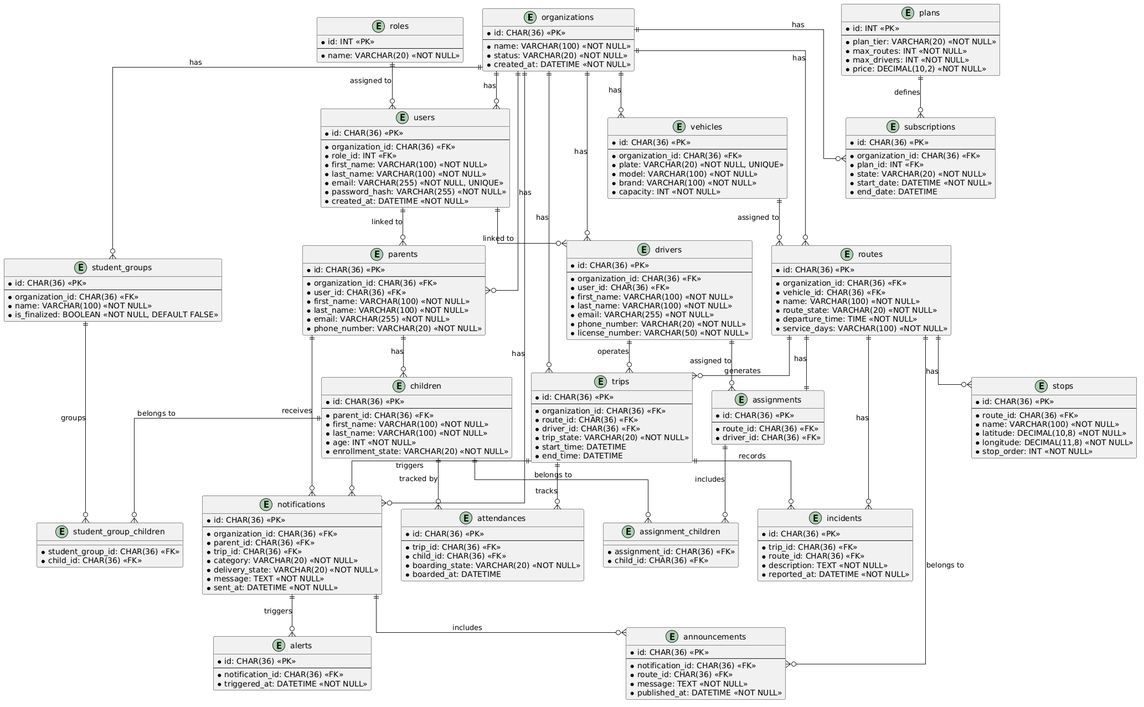
Above: assets/images/ChapterIV/DataBase/SafeRoute-DataBase.png in PowerTech-NRC12053/saferoute-report (PlantUML), before the change.
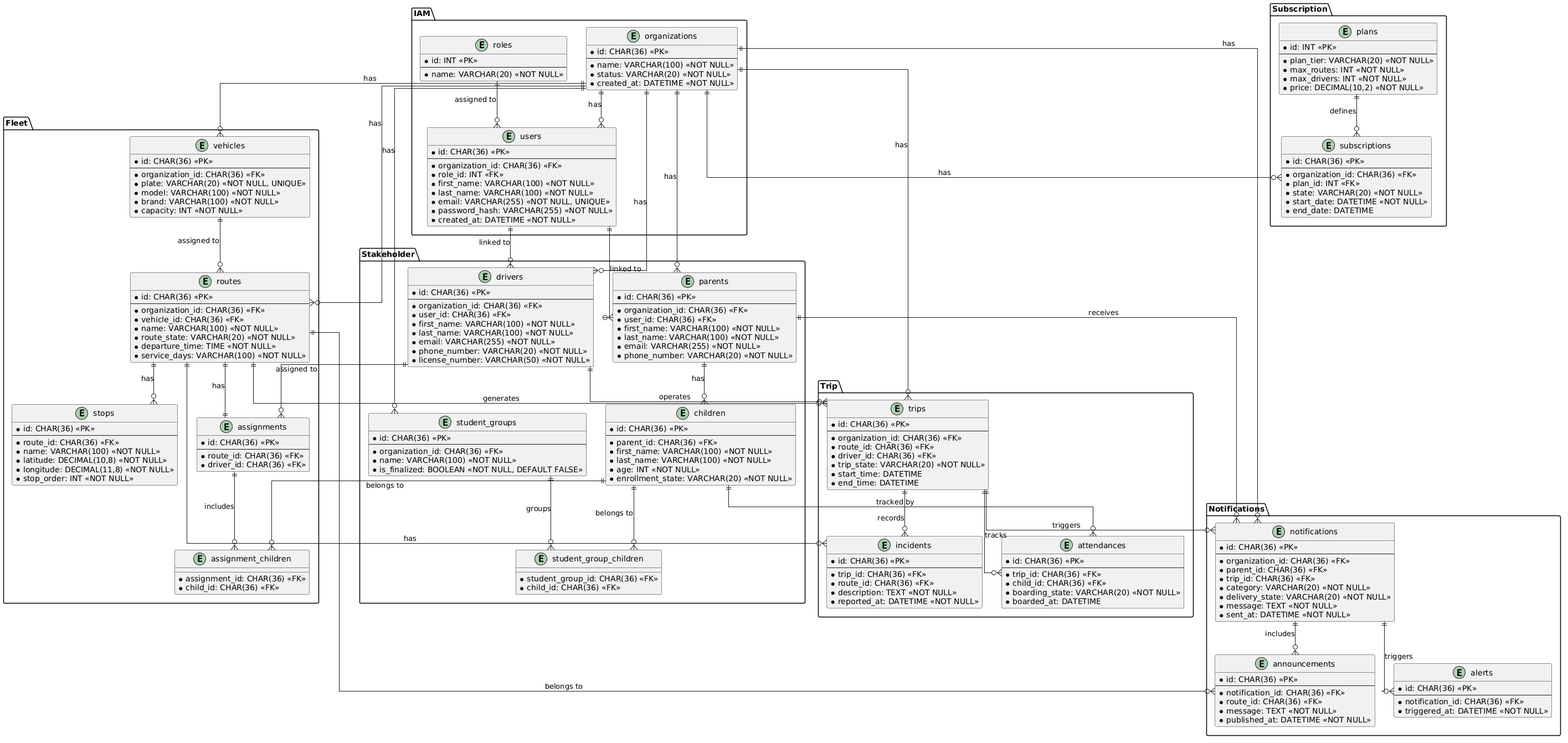
The same file after the commit.

Diff of the diagram source:
```diff
@@ -2,201 +2,207 @@
 skinparam monochrome false
 skinparam linetype ortho
 
+package "IAM" {
+  entity "organizations" as organizations {
+    * id: CHAR(36) <<PK>>
+    --
+    * name: VARCHAR(100) <<NOT NULL>>
+    * status: VARCHAR(20) <<NOT NULL>>
+    * created_at: DATETIME <<NOT NULL>>
+  }
 
-entity "organizations" as organizations {
-  * id: CHAR(36) <<PK>>
-  --
-  * name: VARCHAR(100) <<NOT NULL>>
-  * status: VARCHAR(20) <<NOT NULL>>
-  * created_at: DATETIME <<NOT NULL>>
+  entity "roles" as roles {
+    * id: INT <<PK>>
+    --
+    * name: VARCHAR(20) <<NOT NULL>>
+  }
+
+  entity "users" as users {
+    * id: CHAR(36) <<PK>>
+    --
+    * organization_id: CHAR(36) <<FK>>
+    * role_id: INT <<FK>>
+    * first_name: VARCHAR(100) <<NOT NULL>>
+    * last_name: VARCHAR(100) <<NOT NULL>>
+    * email: VARCHAR(255) <<NOT NULL, UNIQUE>>
+    * password_hash: VARCHAR(255) <<NOT NULL>>
+    * created_at: DATETIME <<NOT NULL>>
+  }
 }
 
-entity "roles" as roles {
-  * id: INT <<PK>>
-  --
-  * name: VARCHAR(20) <<NOT NULL>>
+package "Subscription" {
+  entity "plans" as plans {
+    * id: INT <<PK>>
+    --
+    * plan_tier: VARCHAR(20) <<NOT NULL>>
+    * max_routes: INT <<NOT NULL>>
+    * max_drivers: INT <<NOT NULL>>
+    * price: DECIMAL(10,2) <<NOT NULL>>
+  }
+
+  entity "subscriptions" as subscriptions {
+    * id: CHAR(36) <<PK>>
+    --
+    * organization_id: CHAR(36) <<FK>>
+    * plan_id: INT <<FK>>
+    * state: VARCHAR(20) <<NOT NULL>>
+    * start_date: DATETIME <<NOT NULL>>
+    * end_date: DATETIME
+  }
 }
 
-entity "users" as users {
-  * id: CHAR(36) <<PK>>
-  --
-  * organization_id: CHAR(36) <<FK>>
-  * role_id: INT <<FK>>
-  * first_name: VARCHAR(100) <<NOT NULL>>
-  * last_name: VARCHAR(100) <<NOT NULL>>
-  * email: VARCHAR(255) <<NOT NULL, UNIQUE>>
-  * password_hash: VARCHAR(255) <<NOT NULL>>
-  * created_at: DATETIME <<NOT NULL>>
+package "Stakeholder" {
+  entity "parents" as parents {
+    * id: CHAR(36) <<PK>>
+    --
+    * organization_id: CHAR(36) <<FK>>
+    * user_id: CHAR(36) <<FK>>
+    * first_name: VARCHAR(100) <<NOT NULL>>
+    * last_name: VARCHAR(100) <<NOT NULL>>
+    * email: VARCHAR(255) <<NOT NULL>>
+    * phone_number: VARCHAR(20) <<NOT NULL>>
+  }
+
+  entity "drivers" as drivers {
+    * id: CHAR(36) <<PK>>
+    --
+    * organization_id: CHAR(36) <<FK>>
+    * user_id: CHAR(36) <<FK>>
+    * first_name: VARCHAR(100) <<NOT NULL>>
+    * last_name: VARCHAR(100) <<NOT NULL>>
+    * email: VARCHAR(255) <<NOT NULL>>
+    * phone_number: VARCHAR(20) <<NOT NULL>>
+    * license_number: VARCHAR(50) <<NOT NULL>>
+  }
+
+  entity "children" as children {
+    * id: CHAR(36) <<PK>>
+    --
+    * parent_id: CHAR(36) <<FK>>
+    * first_name: VARCHAR(100) <<NOT NULL>>
+    * last_name: VARCHAR(100) <<NOT NULL>>
+    * age: INT <<NOT NULL>>
+    * enrollment_state: VARCHAR(20) <<NOT NULL>>
+  }
+
+  entity "student_groups" as student_groups {
+    * id: CHAR(36) <<PK>>
+    --
+    * organization_id: CHAR(36) <<FK>>
+    * name: VARCHAR(100) <<NOT NULL>>
+    * is_finalized: BOOLEAN <<NOT NULL, DEFAULT FALSE>>
+  }
+
+  entity "student_group_children" as student_group_children {
+    * student_group_id: CHAR(36) <<FK>>
+    * child_id: CHAR(36) <<FK>>
+  }
 }
 
+package "Fleet" {
+  entity "vehicles" as vehicles {
+    * id: CHAR(36) <<PK>>
+    --
+    * organization_id: CHAR(36) <<FK>>
+    * plate: VARCHAR(20) <<NOT NULL, UNIQUE>>
+    * model: VARCHAR(100) <<NOT NULL>>
+    * brand: VARCHAR(100) <<NOT NULL>>
+    * capacity: INT <<NOT NULL>>
+  }
 
-entity "plans" as plans {
-  * id: INT <<PK>>
-  --
-  * plan_tier: VARCHAR(20) <<NOT NULL>>
-  * max_routes: INT <<NOT NULL>>
-  * max_drivers: INT <<NOT NULL>>
-  * price: DECIMAL(10,2) <<NOT NULL>>
+  entity "routes" as routes {
+    * id: CHAR(36) <<PK>>
+    --
+    * organization_id: CHAR(36) <<FK>>
+    * vehicle_id: CHAR(36) <<FK>>
+    * name: VARCHAR(100) <<NOT NULL>>
+    * route_state: VARCHAR(20) <<NOT NULL>>
+    * departure_time: TIME <<NOT NULL>>
+    * service_days: VARCHAR(100) <<NOT NULL>>
+  }
+
+  entity "stops" as stops {
+    * id: CHAR(36) <<PK>>
+    --
+    * route_id: CHAR(36) <<FK>>
+    * name: VARCHAR(100) <<NOT NULL>>
+    * latitude: DECIMAL(10,8) <<NOT NULL>>
+    * longitude: DECIMAL(11,8) <<NOT NULL>>
+    * stop_order: INT <<NOT NULL>>
+  }
+
+  entity "assignments" as assignments {
+    * id: CHAR(36) <<PK>>
+    --
+    * route_id: CHAR(36) <<FK>>
+    * driver_id: CHAR(36) <<FK>>
+  }
+
+  entity "assignment_children" as assignment_children {
+    * assignment_id: CHAR(36) <<FK>>
+    * child_id: CHAR(36) <<FK>>
+  }
 }
 
-entity "subscriptions" as subscriptions {
-  * id: CHAR(36) <<PK>>
-  --
-  * organization_id: CHAR(36) <<FK>>
-  * plan_id: INT <<FK>>
-  * state: VARCHAR(20) <<NOT NULL>>
-  * start_date: DATETIME <<NOT NULL>>
-  * end_date: DATETIME
+package "Trip" {
+  entity "trips" as trips {
+    * id: CHAR(36) <<PK>>
+    --
+    * organization_id: CHAR(36) <<FK>>
+    * route_id: CHAR(36) <<FK>>
+    * driver_id: CHAR(36) <<FK>>
+    * trip_state: VARCHAR(20) <<NOT NULL>>
+    * start_time: DATETIME
+    * end_time: DATETIME
+  }
+
+  entity "attendances" as attendances {
+    * id: CHAR(36) <<PK>>
+    --
+    * trip_id: CHAR(36) <<FK>>
+    * child_id: CHAR(36) <<FK>>
+    * boarding_state: VARCHAR(20) <<NOT NULL>>
+    * boarded_at: DATETIME
+  }
+
+  entity "incidents" as incidents {
+    * id: CHAR(36) <<PK>>
+    --
+    * trip_id: CHAR(36) <<FK>>
+    * route_id: CHAR(36) <<FK>>
+    * description: TEXT <<NOT NULL>>
+    * reported_at: DATETIME <<NOT NULL>>
+  }
 }
 
+package "Notifications" {
+  entity "notifications" as notifications {
+    * id: CHAR(36) <<PK>>
+    --
+    * organization_id: CHAR(36) <<FK>>
+    * parent_id: CHAR(36) <<FK>>
+    * trip_id: CHAR(36) <<FK>>
+    * category: VARCHAR(20) <<NOT NULL>>
+    * delivery_state: VARCHAR(20) <<NOT NULL>>
+    * message: TEXT <<NOT NULL>>
+    * sent_at: DATETIME <<NOT NULL>>
+  }
 
-entity "parents" as parents {
-  * id: CHAR(36) <<PK>>
-  --
-  * organization_id: CHAR(36) <<FK>>
-  * user_id: CHAR(36) <<FK>>
-  * first_name: VARCHAR(100) <<NOT NULL>>
-  * last_name: VARCHAR(100) <<NOT NULL>>
-  * email: VARCHAR(255) <<NOT NULL>>
-  * phone_number: VARCHAR(20) <<NOT NULL>>
-}
+  entity "alerts" as alerts {
+    * id: CHAR(36) <<PK>>
+    --
+    * notification_id: CHAR(36) <<FK>>
+    * triggered_at: DATETIME <<NOT NULL>>
+  }
 
-entity "drivers" as drivers {
-  * id: CHAR(36) <<PK>>
-  --
-  * organization_id: CHAR(36) <<FK>>
-  * user_id: CHAR(36) <<FK>>
-  * first_name: VARCHAR(100) <<NOT NULL>>
-  * last_name: VARCHAR(100) <<NOT NULL>>
-  * email: VARCHAR(255) <<NOT NULL>>
-  * phone_number: VARCHAR(20) <<NOT NULL>>
-  * license_number: VARCHAR(50) <<NOT NULL>>
-}
-
-entity "children" as children {
-  * id: CHAR(36) <<PK>>
-  --
-  * parent_id: CHAR(36) <<FK>>
-  * first_name: VARCHAR(100) <<NOT NULL>>
-  * last_name: VARCHAR(100) <<NOT NULL>>
-  * age: INT <<NOT NULL>>
-  * enrollment_state: VARCHAR(20) <<NOT NULL>>
-}
-
-entity "student_groups" as student_groups {
-  * id: CHAR(36) <<PK>>
-  --
-  * organization_id: CHAR(36) <<FK>>
-  * name: VARCHAR(100) <<NOT NULL>>
-  * is_finalized: BOOLEAN <<NOT NULL, DEFAULT FALSE>>
-}
-
-entity "student_group_children" as student_group_children {
-  * student_group_id: CHAR(36) <<FK>>
-  * child_id: CHAR(36) <<FK>>
-}
-
-
-entity "vehicles" as vehicles {
-  * id: CHAR(36) <<PK>>
-  --
-  * organization_id: CHAR(36) <<FK>>
-  * plate: VARCHAR(20) <<NOT NULL, UNIQUE>>
-  * model: VARCHAR(100) <<NOT NULL>>
-  * brand: VARCHAR(100) <<NOT NULL>>
-  * capacity: INT <<NOT NULL>>
-}
-
-entity "routes" as routes {
-  * id: CHAR(36) <<PK>>
-  --
-  * organization_id: CHAR(36) <<FK>>
-  * vehicle_id: CHAR(36) <<FK>>
-  * name: VARCHAR(100) <<NOT NULL>>
-  * route_state: VARCHAR(20) <<NOT NULL>>
-  * departure_time: TIME <<NOT NULL>>
-  * service_days: VARCHAR(100) <<NOT NULL>>
-}
-
-entity "stops" as stops {
-  * id: CHAR(36) <<PK>>
-  --
-  * route_id: CHAR(36) <<FK>>
-  * name: VARCHAR(100) <<NOT NULL>>
-  * latitude: DECIMAL(10,8) <<NOT NULL>>
-  * longitude: DECIMAL(11,8) <<NOT NULL>>
-  * stop_order: INT <<NOT NULL>>
-}
-
-entity "assignments" as assignments {
-  * id: CHAR(36) <<PK>>
-  --
-  * route_id: CHAR(36) <<FK>>
-  * driver_id: CHAR(36) <<FK>>
-}
-
-entity "assignment_children" as assignment_children {
-  * assignment_id: CHAR(36) <<FK>>
-  * child_id: CHAR(36) <<FK>>
-}
-
-
-entity "trips" as trips {
-  * id: CHAR(36) <<PK>>
-  --
-  * organization_id: CHAR(36) <<FK>>
-  * route_id: CHAR(36) <<FK>>
-  * driver_id: CHAR(36) <<FK>>
-  * trip_state: VARCHAR(20) <<NOT NULL>>
-  * start_time: DATETIME
-  * end_time: DATETIME
-}
-
-entity "attendances" as attendances {
-  * id: CHAR(36) <<PK>>
-  --
-  * trip_id: CHAR(36) <<FK>>
-  * child_id: CHAR(36) <<FK>>
-  * boarding_state: VARCHAR(20) <<NOT NULL>>
-  * boarded_at: DATETIME
-}
-
-entity "incidents" as incidents {
-  * id: CHAR(36) <<PK>>
-  --
-  * trip_id: CHAR(36) <<FK>>
-  * route_id: CHAR(36) <<FK>>
-  * description: TEXT <<NOT NULL>>
-  * reported_at: DATETIME <<NOT NULL>>
-}
-
-
-entity "notifications" as notifications {
-  * id: CHAR(36) <<PK>>
-  --
-  * organization_id: CHAR(36) <<FK>>
-  * parent_id: CHAR(36) <<FK>>
-  * trip_id: CHAR(36) <<FK>>
-  * category: VARCHAR(20) <<NOT NULL>>
-  * delivery_state: VARCHAR(20) <<NOT NULL>>
-  * message: TEXT <<NOT NULL>>
-  * sent_at: DATETIME <<NOT NULL>>
-}
-
-entity "alerts" as alerts {
-  * id: CHAR(36) <<PK>>
-  --
-  * notification_id: CHAR(36) <<FK>>
-  * triggered_at: DATETIME <<NOT NULL>>
-}
-
-entity "announcements" as announcements {
-  * id: CHAR(36) <<PK>>
-  --
-  * notification_id: CHAR(36) <<FK>>
-  * route_id: CHAR(36) <<FK>>
-  * message: TEXT <<NOT NULL>>
-  * published_at: DATETIME <<NOT NULL>>
+  entity "announcements" as announcements {
+    * id: CHAR(36) <<PK>>
+    --
+    * notification_id: CHAR(36) <<FK>>
+    * route_id: CHAR(36) <<FK>>
+    * message: TEXT <<NOT NULL>>
+    * published_at: DATETIME <<NOT NULL>>
+  }
 }
 
 
```
